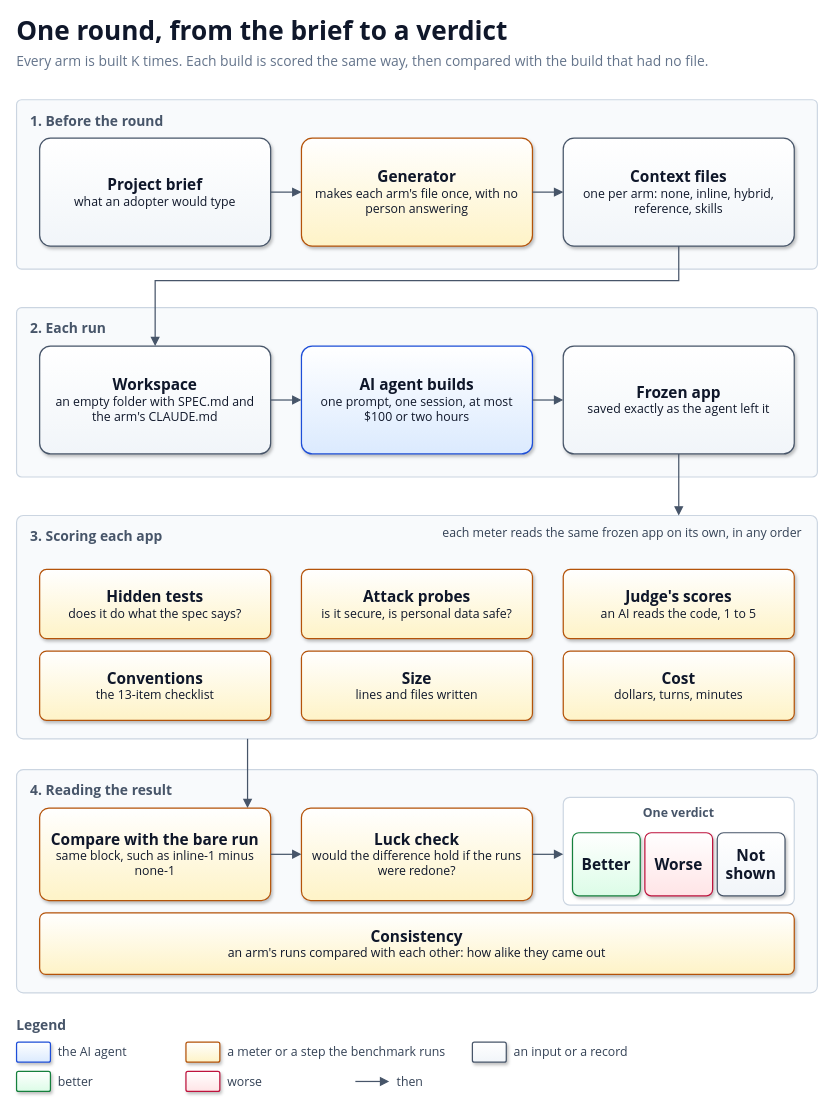
Above: docs/diagrams/round-flow.drawio in solid-ai-dev/solid-ai-benchmark (draw.io), before the change. Source tidied: cells renumbered, new cells numbered last; positions are measured from the earlier drawing's top-left corner, leaving out a move shared by most shapes. Both pictures are drawn from the tidied source at 77%, with x=0, y=0 at pixel (16, 13).
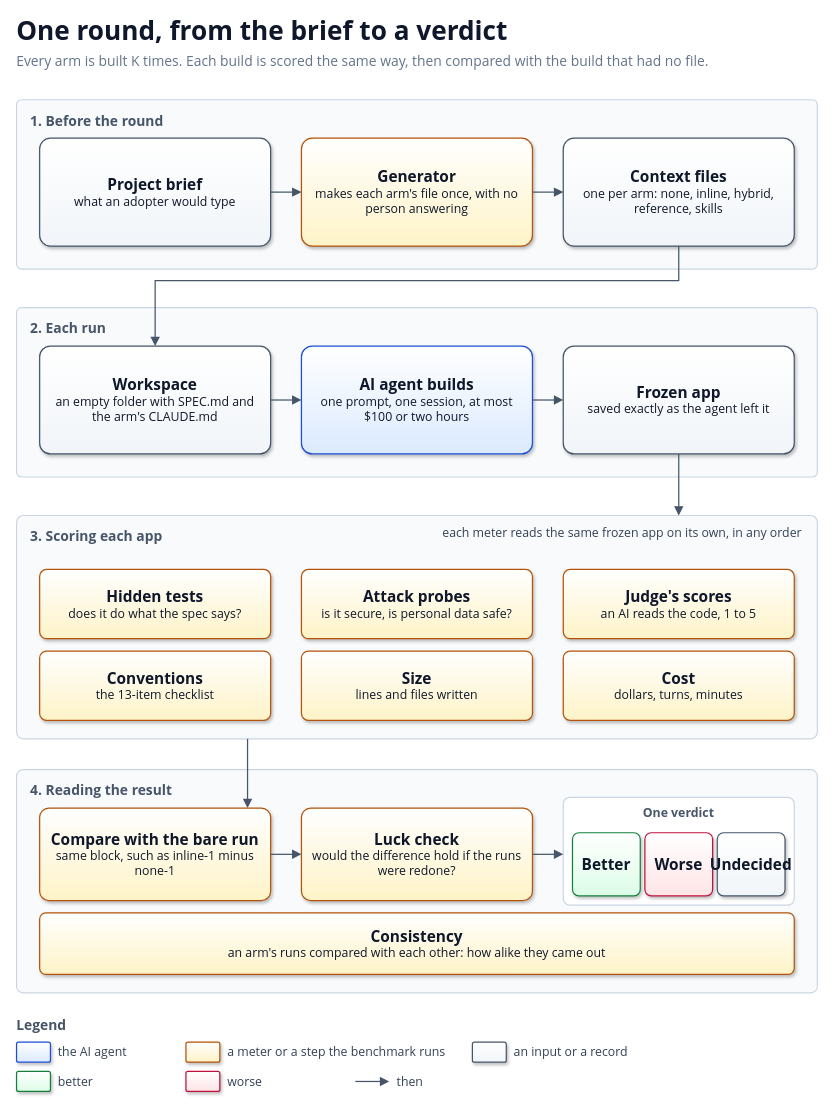
After the change.

Commit message (it also covers changes not shown here):
docs(primer): two verdict questions, undecided, runs for any K, and a shorter ending (#42)

The edit, as a diff of the source:
```diff
@@
-    <mxCell id="33" value="&lt;b style='font-size:20px'&gt;Not shown&lt;/b&gt;" style="rounded=1;arcSize=10;whiteSpace=wrap;html=1;fillColor=#F1F5F9;gradientColor=#FFFFFF;gradientDirection=north;strokeColor=#475569;strokeWidth=1.6;shadow=1;align=center;verticalAlign=middle;fontFamily=Segoe UI;fontColor=#0F172A;spacing=8;" parent="1" vertex="1">
+    <mxCell id="33" value="&lt;b style='font-size:20px'&gt;Undecided&lt;/b&gt;" style="rounded=1;arcSize=10;whiteSpace=wrap;html=1;fillColor=#F1F5F9;gradientColor=#FFFFFF;gradientDirection=north;strokeColor=#475569;strokeWidth=1.6;shadow=1;align=center;verticalAlign=middle;fontFamily=Segoe UI;fontColor=#0F172A;spacing=8;" parent="1" vertex="1">
       <mxGeometry x="910" y="1064" width="88" height="82" as="geometry" />
     </mxCell>
```
